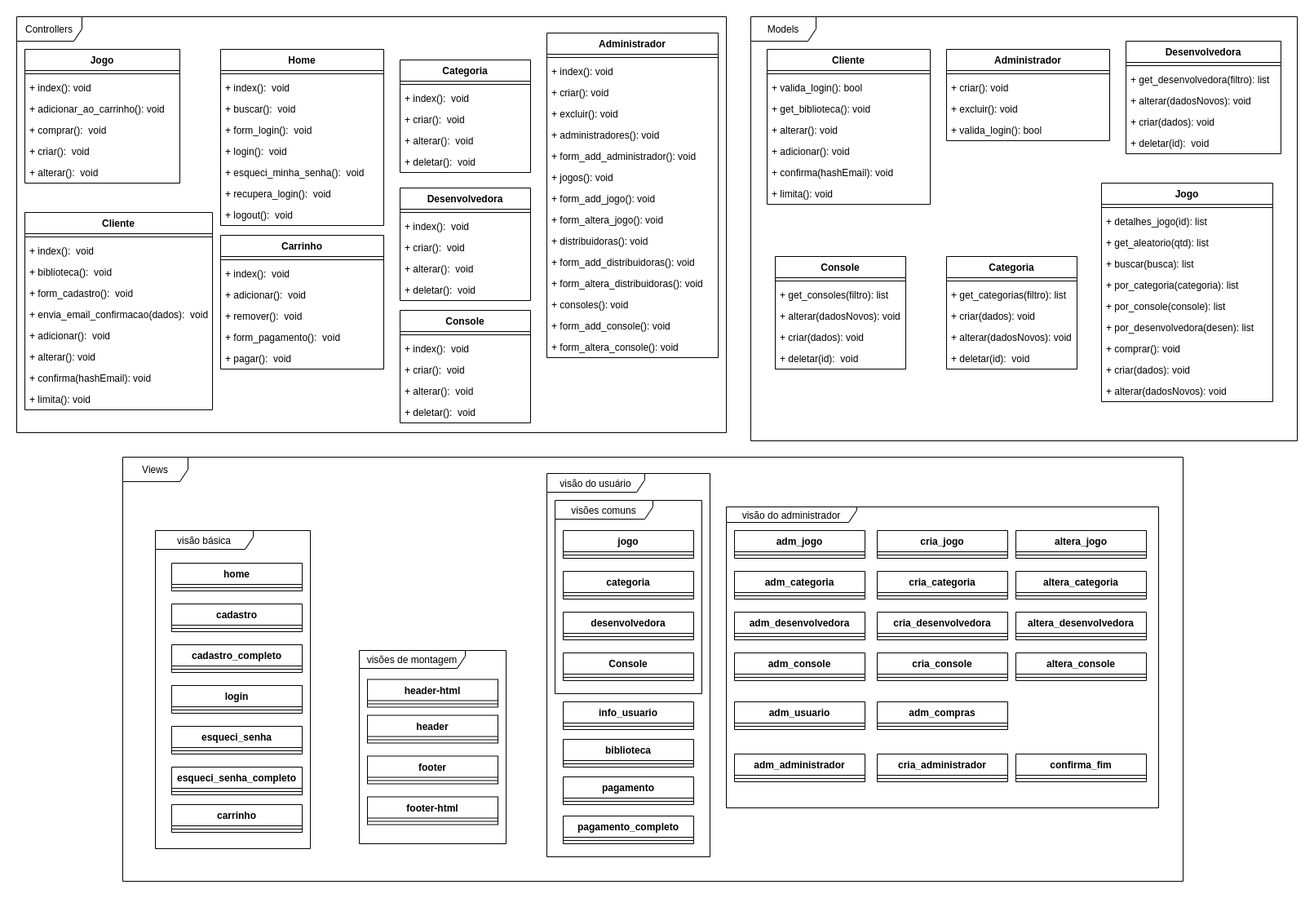
Above: docs/Diagramas/Diagrama-Classes/Diagrama_de_Classes.drawio.png in joaopaulo7/GCC188-Projeto-Final (draw.io), before the change. Source tidied: cells renumbered, new cells last; positions are measured from the earlier drawing's top-left corner, leaving out a move shared by most shapes.
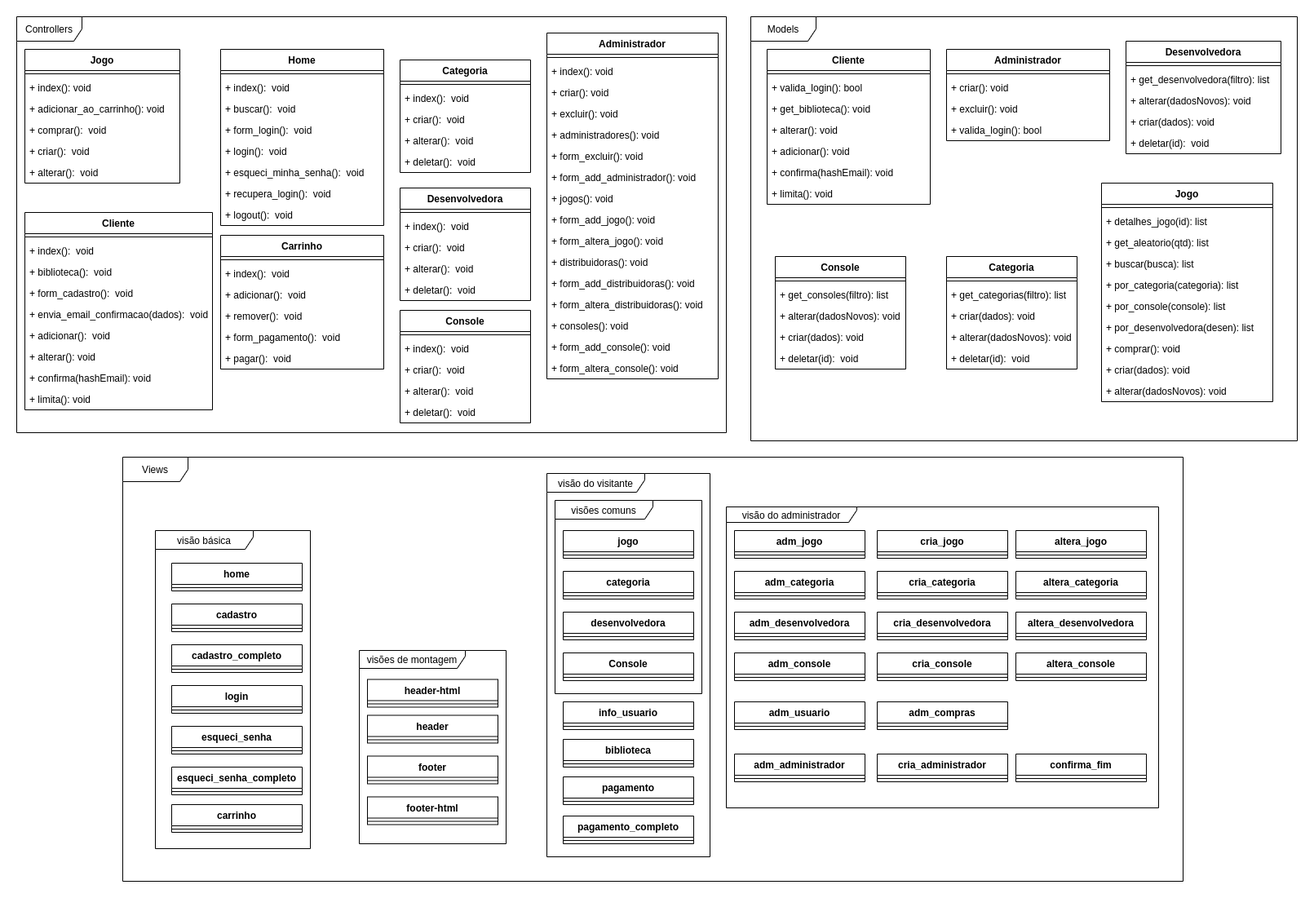
After the change.

What changed in the source:
```diff
@@ -11,7 +11,7 @@
     <mxCell id="4" value="visão do administrador" style="shape=umlFrame;whiteSpace=wrap;html=1;width=160;height=19;" parent="1" vertex="1">
       <mxGeometry x="870" y="601" width="530" height="369" as="geometry" />
     </mxCell>
-    <mxCell id="5" value="visão do usuário" style="shape=umlFrame;whiteSpace=wrap;html=1;width=120;height=23;" parent="1" vertex="1">
+    <mxCell id="5" value="visão do visitante" style="shape=umlFrame;whiteSpace=wrap;html=1;width=120;height=23;" parent="1" vertex="1">
       <mxGeometry x="650" y="560" width="200" height="470" as="geometry" />
     </mxCell>
     <mxCell id="6" value="visões de montagem" style="shape=umlFrame;whiteSpace=wrap;html=1;width=130;height=22;" parent="1" vertex="1">
@@ -102,7 +102,7 @@
       <mxGeometry y="216" width="230" height="26" as="geometry" />
     </mxCell>
     <mxCell id="35" value="Administrador" style="swimlane;fontStyle=1;align=center;verticalAlign=top;horizontal=1;startSize=26;" parent="1" vertex="1">
-      <mxGeometry x="650" y="20" width="210" height="398" as="geometry" />
+      <mxGeometry x="650" y="20" width="210" height="424" as="geometry" />
     </mxCell>
     <mxCell id="36" style="line;strokeWidth=1;fillColor=none;align=left;verticalAlign=middle;spacingTop=-1;spacingLeft=3;spacingRight=3;labelPosition=right;" parent="35" vertex="1">
       <mxGeometry y="26" width="210" height="8" as="geometry" />
@@ -119,35 +119,38 @@
     <mxCell id="40" value="+ administradores(): void" style="text;strokeColor=none;fillColor=none;align=left;verticalAlign=top;spacingLeft=4;spacingRight=4;overflow=hidden;" parent="35" vertex="1">
       <mxGeometry y="112" width="210" height="26" as="geometry" />
     </mxCell>
+    <mxCell id="191" value="+ form_excluir(): void" style="text;strokeColor=none;fillColor=none;align=left;verticalAlign=top;spacingLeft=4;spacingRight=4;overflow=hidden;" parent="35" vertex="1">
+      <mxGeometry y="138" width="210" height="26" as="geometry" />
+    </mxCell>
     <mxCell id="41" value="+ form_add_administrador(): void" style="text;strokeColor=none;fillColor=none;align=left;verticalAlign=top;spacingLeft=4;spacingRight=4;overflow=hidden;" parent="35" vertex="1">
-      <mxGeometry y="138" width="210" height="26" as="geometry" />
+      <mxGeometry y="164" width="210" height="26" as="geometry" />
     </mxCell>
     <mxCell id="42" value="+ jogos(): void" style="text;strokeColor=none;fillColor=none;align=left;verticalAlign=top;spacingLeft=4;spacingRight=4;overflow=hidden;" parent="35" vertex="1">
-      <mxGeometry y="164" width="210" height="26" as="geometry" />
+      <mxGeometry y="190" width="210" height="26" as="geometry" />
     </mxCell>
     <mxCell id="43" value="+ form_add_jogo(): void" style="text;strokeColor=none;fillColor=none;align=left;verticalAlign=top;spacingLeft=4;spacingRight=4;overflow=hidden;" parent="35" vertex="1">
-      <mxGeometry y="190" width="210" height="26" as="geometry" />
+      <mxGeometry y="216" width="210" height="26" as="geometry" />
     </mxCell>
     <mxCell id="44" value="+ form_altera_jogo(): void" style="text;strokeColor=none;fillColor=none;align=left;verticalAlign=top;spacingLeft=4;spacingRight=4;overflow=hidden;" parent="35" vertex="1">
-      <mxGeometry y="216" width="210" height="26" as="geometry" />
+      <mxGeometry y="242" width="210" height="26" as="geometry" />
     </mxCell>
     <mxCell id="45" value="+ distribuidoras(): void" style="text;strokeColor=none;fillColor=none;align=left;verticalAlign=top;spacingLeft=4;spacingRight=4;overflow=hidden;" parent="35" vertex="1">
-      <mxGeometry y="242" width="210" height="26" as="geometry" />
+      <mxGeometry y="268" width="210" height="26" as="geometry" />
     </mxCell>
     <mxCell id="46" value="+ form_add_distribuidoras(): void" style="text;strokeColor=none;fillColor=none;align=left;verticalAlign=top;spacingLeft=4;spacingRight=4;overflow=hidden;" parent="35" vertex="1">
-      <mxGeometry y="268" width="210" height="26" as="geometry" />
+      <mxGeometry y="294" width="210" height="26" as="geometry" />
     </mxCell>
     <mxCell id="47" value="+ form_altera_distribuidoras(): void" style="text;strokeColor=none;fillColor=none;align=left;verticalAlign=top;spacingLeft=4;spacingRight=4;overflow=hidden;" parent="35" vertex="1">
-      <mxGeometry y="294" width="210" height="26" as="geometry" />
+      <mxGeometry y="320" width="210" height="26" as="geometry" />
     </mxCell>
     <mxCell id="48" value="+ consoles(): void" style="text;strokeColor=none;fillColor=none;align=left;verticalAlign=top;spacingLeft=4;spacingRight=4;overflow=hidden;" parent="35" vertex="1">
-      <mxGeometry y="320" width="210" height="26" as="geometry" />
+      <mxGeometry y="346" width="210" height="26" as="geometry" />
     </mxCell>
     <mxCell id="49" value="+ form_add_console(): void" style="text;strokeColor=none;fillColor=none;align=left;verticalAlign=top;spacingLeft=4;spacingRight=4;overflow=hidden;" parent="35" vertex="1">
-      <mxGeometry y="346" width="210" height="26" as="geometry" />
+      <mxGeometry y="372" width="210" height="26" as="geometry" />
     </mxCell>
     <mxCell id="50" value="+ form_altera_console(): void" style="text;strokeColor=none;fillColor=none;align=left;verticalAlign=top;spacingLeft=4;spacingRight=4;overflow=hidden;" parent="35" vertex="1">
-      <mxGeometry y="372" width="210" height="26" as="geometry" />
+      <mxGeometry y="398" width="210" height="26" as="geometry" />
     </mxCell>
     <mxCell id="51" value="Categoria" style="swimlane;fontStyle=1;align=center;verticalAlign=top;horizontal=1;startSize=26;" parent="1" vertex="1">
       <mxGeometry x="470" y="53" width="160" height="138" as="geometry" />
```
